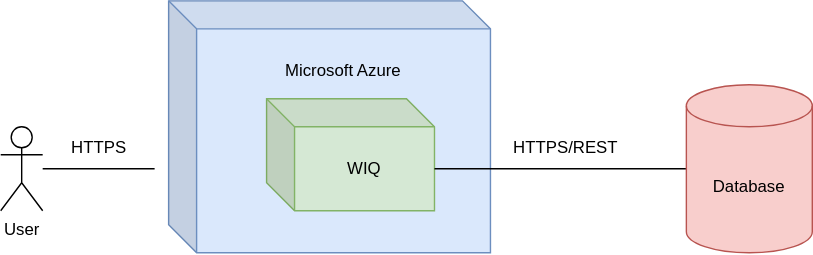
Above: docs/images/3-TechnicalContext.drawio.svg in Arquisoft/wiq_en1b (draw.io), before the change. Source tidied: cells renumbered, new cells last; positions are measured from the earlier drawing's top-left corner, leaving out a move shared by most shapes.
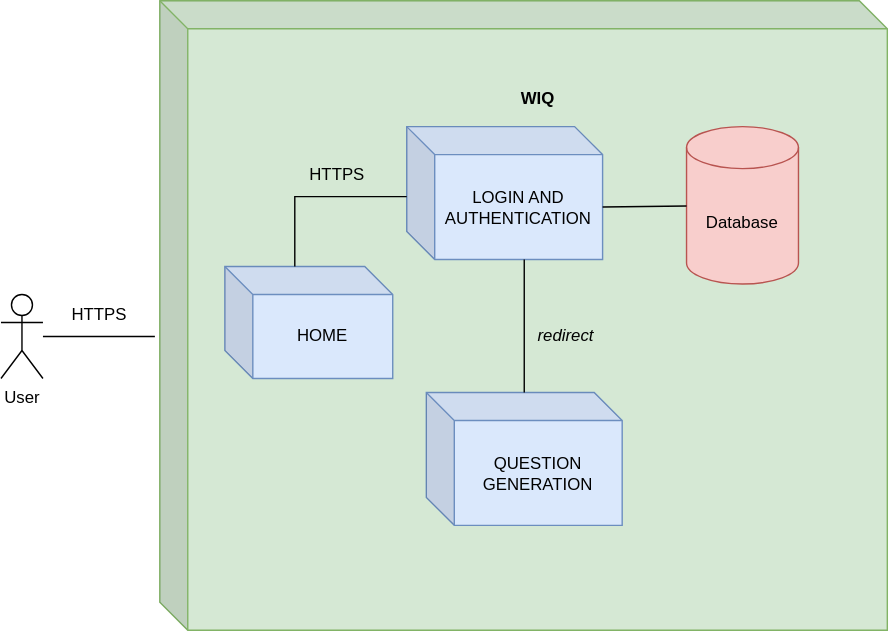
After the commit.

Change to the diagram source:
```diff
@@ -5,31 +5,51 @@
     <mxCell id="2" value="User" style="shape=umlActor;verticalLabelPosition=bottom;verticalAlign=top;html=1;outlineConnect=0;" parent="1" vertex="1">
       <mxGeometry y="90" width="30" height="60" as="geometry" />
     </mxCell>
-    <mxCell id="3" value="Microsoft Azure&lt;br&gt;&lt;br&gt;&lt;br&gt;&lt;br&gt;&lt;br&gt;&lt;br&gt;&lt;br&gt;&lt;br&gt;" style="shape=cube;whiteSpace=wrap;html=1;boundedLbl=1;backgroundOutline=1;darkOpacity=0.05;darkOpacity2=0.1;fillColor=#dae8fc;strokeColor=#6c8ebf;" parent="1" vertex="1">
-      <mxGeometry x="120" width="230" height="180" as="geometry" />
-    </mxCell>
-    <mxCell id="4" value="WIQ" style="shape=cube;whiteSpace=wrap;html=1;boundedLbl=1;backgroundOutline=1;darkOpacity=0.05;darkOpacity2=0.1;fillColor=#d5e8d4;strokeColor=#82b366;" parent="1" vertex="1">
-      <mxGeometry x="190" y="70" width="120" height="80" as="geometry" />
+    <mxCell id="4" value="&lt;b&gt;WIQ&lt;br&gt;&lt;br&gt;&lt;br&gt;&lt;br&gt;&lt;br&gt;&lt;br&gt;&lt;br&gt;&lt;br&gt;&lt;br&gt;&lt;br&gt;&lt;br&gt;&lt;br&gt;&lt;br&gt;&lt;br&gt;&lt;br&gt;&lt;br&gt;&lt;br&gt;&lt;br&gt;&lt;br&gt;&lt;br&gt;&lt;br&gt;&lt;br&gt;&lt;br&gt;&lt;br&gt;&lt;/b&gt;" style="shape=cube;whiteSpace=wrap;html=1;boundedLbl=1;backgroundOutline=1;darkOpacity=0.05;darkOpacity2=0.1;fillColor=#d5e8d4;strokeColor=#82b366;" parent="1" vertex="1">
+      <mxGeometry x="113.5" y="-120" width="520" height="450" as="geometry" />
     </mxCell>
     <mxCell id="5" style="endArrow=none;html=1;rounded=0;" parent="1" edge="1" source="2">
       <mxGeometry relative="1" as="geometry">
         <mxPoint x="110" y="120" as="targetPoint" />
       </mxGeometry>
     </mxCell>
-    <mxCell id="6" style="endArrow=none;html=1;rounded=0;" parent="1" edge="1">
-      <mxGeometry relative="1" as="geometry">
-        <mxPoint x="310" y="120" as="sourcePoint" />
-        <mxPoint x="490" y="120" as="targetPoint" />
-      </mxGeometry>
-    </mxCell>
-    <mxCell id="7" value="HTTPS/REST" style="text;html=1;strokeColor=none;fillColor=none;align=center;verticalAlign=middle;whiteSpace=wrap;rounded=0;" parent="1" vertex="1">
-      <mxGeometry x="374" y="90" width="60" height="30" as="geometry" />
-    </mxCell>
     <mxCell id="8" value="Database" style="shape=cylinder3;whiteSpace=wrap;html=1;boundedLbl=1;backgroundOutline=1;size=15;fillColor=#f8cecc;strokeColor=#b85450;" parent="1" vertex="1">
-      <mxGeometry x="490" y="60" width="90" height="120" as="geometry" />
+      <mxGeometry x="490" y="-30" width="80" height="112.5" as="geometry" />
     </mxCell>
     <mxCell id="9" value="HTTPS" style="text;html=1;align=center;verticalAlign=middle;strokeColor=none;fillColor=none;" parent="1" vertex="1">
       <mxGeometry x="40" y="90" width="60" height="30" as="geometry" />
     </mxCell>
+    <mxCell id="10" value="LOGIN AND AUTHENTICATION" style="shape=cube;whiteSpace=wrap;html=1;boundedLbl=1;backgroundOutline=1;darkOpacity=0.05;darkOpacity2=0.1;fillColor=#dae8fc;strokeColor=#6c8ebf;" parent="1" vertex="1">
+      <mxGeometry x="290" y="-30" width="140" height="95" as="geometry" />
+    </mxCell>
+    <mxCell id="11" value="QUESTION GENERATION" style="shape=cube;whiteSpace=wrap;html=1;boundedLbl=1;backgroundOutline=1;darkOpacity=0.05;darkOpacity2=0.1;fillColor=#dae8fc;strokeColor=#6c8ebf;" parent="1" vertex="1">
+      <mxGeometry x="304" y="160" width="140" height="95" as="geometry" />
+    </mxCell>
+    <mxCell id="12" style="endArrow=none;html=1;rounded=0;exitX=0;exitY=0;exitDx=140;exitDy=57.5;exitPerimeter=0;" parent="1" edge="1" source="10" target="8">
+      <mxGeometry relative="1" as="geometry" />
+    </mxCell>
+    <mxCell id="13" value="HOME" style="shape=cube;whiteSpace=wrap;html=1;boundedLbl=1;backgroundOutline=1;darkOpacity=0.05;darkOpacity2=0.1;fillColor=#dae8fc;strokeColor=#6c8ebf;" parent="1" vertex="1">
+      <mxGeometry x="160" y="70" width="120" height="80" as="geometry" />
+    </mxCell>
+    <mxCell id="14" style="endArrow=none;html=1;rounded=0;" parent="1" edge="1">
+      <mxGeometry relative="1" as="geometry">
+        <mxPoint x="210" y="70" as="sourcePoint" />
+        <mxPoint x="290" y="20" as="targetPoint" />
+        <Array as="points">
+          <mxPoint x="210" y="20" />
+        </Array>
+      </mxGeometry>
+    </mxCell>
+    <mxCell id="15" value="HTTPS" style="text;html=1;align=center;verticalAlign=middle;strokeColor=none;fillColor=none;" parent="1" vertex="1">
+      <mxGeometry x="210" y="-10" width="60" height="30" as="geometry" />
+    </mxCell>
+    <mxCell id="16" style="endArrow=none;html=1;rounded=0;" parent="1" edge="1" source="11">
+      <mxGeometry relative="1" as="geometry">
+        <mxPoint x="374" y="65" as="targetPoint" />
+      </mxGeometry>
+    </mxCell>
+    <mxCell id="17" value="redirect" style="text;html=1;strokeColor=none;fillColor=none;align=center;verticalAlign=middle;whiteSpace=wrap;rounded=0;fontStyle=2;" parent="1" vertex="1">
+      <mxGeometry x="374" y="105" width="60" height="30" as="geometry" />
+    </mxCell>
   </root>
 </mxGraphModel>
```
